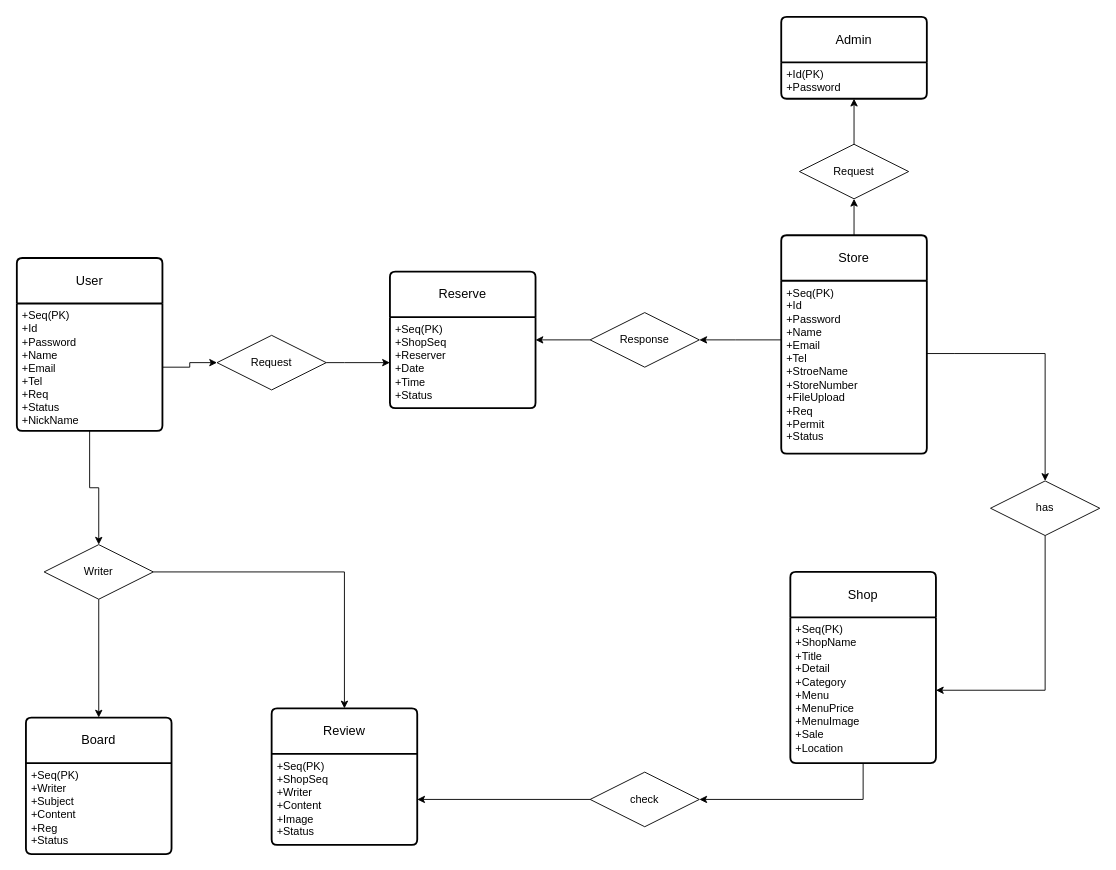
This is src/main/resources/제목 없는 다이어그램.drawio from KGreenby/myspringEX, a draw.io file, before an edit. Source tidied: cells renumbered, new cells numbered last; positions are measured from the earlier drawing's top-left corner, leaving out a move shared by most shapes. Both pictures are drawn from the tidied source at 91%, with x=0, y=0 at pixel (16, 16).
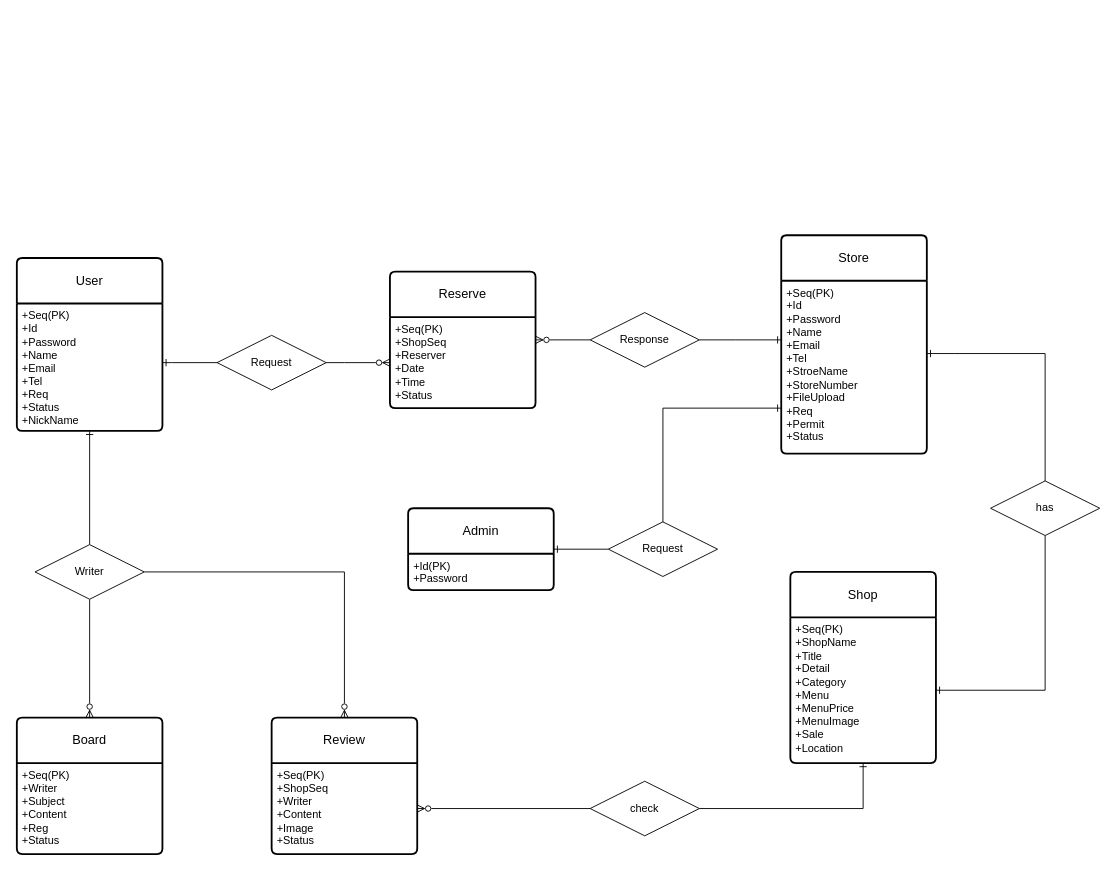
The same page after the edit.

Commit message:
제목 없는 다이어그램.drawio 업데이트

Unchanged cells that the change refers to:
```xml
<mxCell id="3" value="+Seq(PK)&lt;br&gt;+Id&lt;br&gt;+Password&lt;br&gt;+Name&lt;br&gt;+Email&lt;br&gt;+Tel&lt;br&gt;+Req&lt;br&gt;+Status&lt;br&gt;+NickName" style="align=left;strokeColor=none;fillColor=none;spacingLeft=4;fontSize=12;verticalAlign=top;html=1;" parent="2" vertex="1">
  <mxGeometry y="50" width="160" height="140" as="geometry" />
</mxCell>
<mxCell id="7" value="Store" style="swimlane;horizontal=1;startSize=50;rounded=1;fontSize=14;fontStyle=0;strokeWidth=2;shadow=0;dashed=0;align=center;arcSize=4;whiteSpace=wrap;html=1;" parent="1" vertex="1">
  <mxGeometry x="840" y="240" width="160" height="240" as="geometry" />
</mxCell>
<mxCell id="8" value="+Seq(PK)&lt;br&gt;+Id&lt;br&gt;+Password&lt;br&gt;+Name&lt;br&gt;+Email&lt;br&gt;+Tel&lt;br&gt;+StroeName&lt;br&gt;+StoreNumber&lt;br&gt;+FileUpload&lt;br&gt;+Req&lt;br&gt;+Permit&lt;br&gt;+Status" style="align=left;strokeColor=none;fillColor=none;spacingLeft=4;fontSize=12;verticalAlign=top;html=1;" parent="7" vertex="1">
  <mxGeometry y="50" width="160" height="190" as="geometry" />
</mxCell>
<mxCell id="10" value="+Seq(PK)&lt;br&gt;+ShopName&lt;br&gt;+Title&lt;br&gt;+Detail&lt;br&gt;+Category&lt;br&gt;+Menu&lt;br&gt;+MenuPrice&lt;br&gt;+MenuImage&lt;br&gt;+Sale&lt;br&gt;+Location" style="align=left;strokeColor=none;fillColor=none;spacingLeft=4;fontSize=12;verticalAlign=top;html=1;" parent="9" vertex="1">
  <mxGeometry y="50" width="160" height="160" as="geometry" />
</mxCell>
<mxCell id="12" value="+Seq(PK)&lt;br&gt;+ShopSeq&lt;br&gt;+Writer&lt;br&gt;+Content&lt;br&gt;+Image&lt;br&gt;+Status" style="align=left;strokeColor=none;fillColor=none;spacingLeft=4;fontSize=12;verticalAlign=top;html=1;" parent="11" vertex="1">
  <mxGeometry y="50" width="160" height="100" as="geometry" />
</mxCell>
<mxCell id="13" value="Reserve" style="swimlane;horizontal=1;startSize=50;rounded=1;fontSize=14;fontStyle=0;strokeWidth=2;shadow=0;dashed=0;align=center;arcSize=4;whiteSpace=wrap;html=1;" parent="1" vertex="1">
  <mxGeometry x="410" y="280" width="160" height="150" as="geometry" />
</mxCell>
<mxCell id="20" value="Request" style="shape=rhombus;perimeter=rhombusPerimeter;whiteSpace=wrap;html=1;align=center;" parent="1" vertex="1">
  <mxGeometry x="220" y="350" width="120" height="60" as="geometry" />
</mxCell>
<mxCell id="22" value="has" style="shape=rhombus;perimeter=rhombusPerimeter;whiteSpace=wrap;html=1;align=center;" parent="1" vertex="1">
  <mxGeometry x="1070" y="510" width="120" height="60" as="geometry" />
</mxCell>
<mxCell id="25" value="Response" style="shape=rhombus;perimeter=rhombusPerimeter;whiteSpace=wrap;html=1;align=center;" parent="1" vertex="1">
  <mxGeometry x="630" y="325" width="120" height="60" as="geometry" />
</mxCell>
```

The edit, as a diff of the source:
```diff
@@
     <mxCell id="4" value="Admin" style="swimlane;horizontal=1;startSize=50;rounded=1;fontSize=14;fontStyle=0;strokeWidth=2;shadow=0;dashed=0;align=center;arcSize=4;whiteSpace=wrap;html=1;" parent="1" vertex="1">
-      <mxGeometry x="840" width="160" height="90" as="geometry" />
+      <mxGeometry x="430" y="540" width="160" height="90" as="geometry" />
     </mxCell>
@@
-    <mxCell id="6" style="edgeStyle=orthogonalEdgeStyle;rounded=0;jettySize=auto;html=1;" parent="1" edge="1" source="31" target="4">
+    <mxCell id="6" style="edgeStyle=orthogonalEdgeStyle;rounded=0;jettySize=auto;html=1;endArrow=ERone;endFill=0;" parent="1" edge="1" source="31" target="4">
       <mxGeometry relative="1" as="geometry" />
     </mxCell>
@@
     <mxCell id="11" value="Review" style="swimlane;horizontal=1;startSize=50;rounded=1;fontSize=14;fontStyle=0;strokeWidth=2;shadow=0;dashed=0;align=center;arcSize=4;whiteSpace=wrap;html=1;" parent="1" vertex="1">
-      <mxGeometry x="280" y="760" width="160" height="150" as="geometry" />
+      <mxGeometry x="280" y="770" width="160" height="150" as="geometry" />
     </mxCell>
@@
     <mxCell id="15" value="Board" style="swimlane;horizontal=1;startSize=50;rounded=1;fontSize=14;fontStyle=0;strokeWidth=2;shadow=0;dashed=0;align=center;arcSize=4;whiteSpace=wrap;html=1;" parent="1" vertex="1">
-      <mxGeometry x="10" y="770" width="160" height="150" as="geometry" />
+      <mxGeometry y="770" width="160" height="150" as="geometry" />
     </mxCell>
@@
-    <mxCell id="17" style="edgeStyle=orthogonalEdgeStyle;rounded=0;jettySize=auto;html=1;" parent="1" edge="1" source="22" target="10">
+    <mxCell id="17" style="edgeStyle=orthogonalEdgeStyle;rounded=0;jettySize=auto;html=1;endArrow=ERone;endFill=0;" parent="1" edge="1" source="22" target="10">
       <mxGeometry relative="1" as="geometry">
         <Array as="points">
           <mxPoint x="1130" y="740" />
         </Array>
       </mxGeometry>
     </mxCell>
-    <mxCell id="18" style="edgeStyle=orthogonalEdgeStyle;rounded=0;jettySize=auto;html=1;" parent="1" edge="1" source="20" target="13">
+    <mxCell id="18" style="edgeStyle=orthogonalEdgeStyle;rounded=0;jettySize=auto;html=1;endArrow=ERzeroToMany;endFill=0;" parent="1" edge="1" source="20" target="13">
       <mxGeometry relative="1" as="geometry">
         <Array as="points">
           <mxPoint x="360" y="380" />
           <mxPoint x="360" y="380" />
         </Array>
       </mxGeometry>
     </mxCell>
-    <mxCell id="19" style="edgeStyle=orthogonalEdgeStyle;rounded=0;jettySize=auto;html=1;" parent="1" edge="1" source="3" target="20">
-      <mxGeometry relative="1" as="geometry" />
+    <mxCell id="19" style="edgeStyle=orthogonalEdgeStyle;rounded=0;jettySize=auto;html=1;startArrow=ERone;startFill=0;endArrow=none;endFill=0;" parent="1" edge="1" source="3" target="20">
+      <mxGeometry relative="1" as="geometry">
+        <Array as="points">
+          <mxPoint x="170" y="380" />
+          <mxPoint x="170" y="380" />
+        </Array>
+      </mxGeometry>
     </mxCell>
@@
-    <mxCell id="21" style="edgeStyle=orthogonalEdgeStyle;rounded=0;jettySize=auto;html=1;" parent="1" edge="1" source="8" target="22">
+    <mxCell id="21" style="edgeStyle=orthogonalEdgeStyle;rounded=0;jettySize=auto;html=1;startArrow=ERone;startFill=0;endArrow=none;endFill=0;" parent="1" edge="1" source="8" target="22">
       <mxGeometry relative="1" as="geometry">
         <Array as="points">
           <mxPoint x="1030" y="370" />
           <mxPoint x="1030" y="370" />
         </Array>
       </mxGeometry>
     </mxCell>
@@
-    <mxCell id="23" style="edgeStyle=orthogonalEdgeStyle;rounded=0;jettySize=auto;html=1;" parent="1" edge="1" source="25" target="13">
+    <mxCell id="23" style="edgeStyle=orthogonalEdgeStyle;rounded=0;jettySize=auto;html=1;endArrow=ERzeroToMany;endFill=0;" parent="1" edge="1" source="25" target="13">
       <mxGeometry relative="1" as="geometry" />
     </mxCell>
-    <mxCell id="24" style="edgeStyle=orthogonalEdgeStyle;rounded=0;jettySize=auto;html=1;" parent="1" edge="1" source="8" target="25">
+    <mxCell id="24" style="edgeStyle=orthogonalEdgeStyle;rounded=0;jettySize=auto;html=1;startArrow=ERone;startFill=0;endArrow=none;endFill=0;" parent="1" edge="1" source="8" target="25">
       <mxGeometry relative="1" as="geometry">
         <Array as="points">
           <mxPoint x="790" y="355" />
           <mxPoint x="790" y="355" />
         </Array>
       </mxGeometry>
     </mxCell>
@@
-    <mxCell id="26" style="edgeStyle=orthogonalEdgeStyle;rounded=0;jettySize=auto;html=1;" parent="1" edge="1" source="34" target="11">
+    <mxCell id="26" style="edgeStyle=orthogonalEdgeStyle;rounded=0;jettySize=auto;html=1;endArrow=ERzeroToMany;endFill=0;" parent="1" edge="1" source="34" target="11">
       <mxGeometry relative="1" as="geometry" />
     </mxCell>
-    <mxCell id="27" style="edgeStyle=orthogonalEdgeStyle;rounded=0;jettySize=auto;html=1;" parent="1" edge="1" source="10" target="29">
-      <mxGeometry relative="1" as="geometry">
-        <Array as="points">
-          <mxPoint x="930" y="860" />
-        </Array>
-      </mxGeometry>
-    </mxCell>
-    <mxCell id="28" style="edgeStyle=orthogonalEdgeStyle;rounded=0;jettySize=auto;html=1;" parent="1" edge="1" source="29" target="12">
+    <mxCell id="28" style="edgeStyle=orthogonalEdgeStyle;rounded=0;jettySize=auto;html=1;endArrow=ERzeroToMany;endFill=0;" parent="1" edge="1" source="29" target="12">
       <mxGeometry relative="1" as="geometry" />
     </mxCell>
     <mxCell id="29" value="check" style="shape=rhombus;perimeter=rhombusPerimeter;whiteSpace=wrap;html=1;align=center;" parent="1" vertex="1">
-      <mxGeometry x="630" y="830" width="120" height="60" as="geometry" />
+      <mxGeometry x="630" y="840" width="120" height="60" as="geometry" />
     </mxCell>
-    <mxCell id="30" style="edgeStyle=orthogonalEdgeStyle;rounded=0;jettySize=auto;html=1;" parent="1" edge="1" source="7" target="31">
-      <mxGeometry relative="1" as="geometry" />
+    <mxCell id="30" style="edgeStyle=orthogonalEdgeStyle;rounded=0;jettySize=auto;html=1;startArrow=ERone;startFill=0;endArrow=none;endFill=0;" parent="1" edge="1" source="7" target="31">
+      <mxGeometry relative="1" as="geometry">
+        <Array as="points">
+          <mxPoint x="710" y="430" />
+        </Array>
+      </mxGeometry>
     </mxCell>
     <mxCell id="31" value="Request" style="shape=rhombus;perimeter=rhombusPerimeter;whiteSpace=wrap;html=1;align=center;" parent="1" vertex="1">
-      <mxGeometry x="860" y="140" width="120" height="60" as="geometry" />
+      <mxGeometry x="650" y="555" width="120" height="60" as="geometry" />
     </mxCell>
-    <mxCell id="32" style="edgeStyle=orthogonalEdgeStyle;rounded=0;jettySize=auto;html=1;" parent="1" edge="1" source="34" target="15">
+    <mxCell id="32" style="edgeStyle=orthogonalEdgeStyle;rounded=0;jettySize=auto;html=1;endArrow=ERzeroToMany;endFill=0;" parent="1" edge="1" source="34" target="15">
       <mxGeometry relative="1" as="geometry" />
     </mxCell>
-    <mxCell id="33" style="edgeStyle=orthogonalEdgeStyle;rounded=0;jettySize=auto;html=1;" parent="1" edge="1" source="3" target="34">
+    <mxCell id="33" style="edgeStyle=orthogonalEdgeStyle;rounded=0;jettySize=auto;html=1;endArrow=none;endFill=0;startArrow=ERone;startFill=0;" parent="1" edge="1" source="3" target="34">
       <mxGeometry relative="1" as="geometry" />
     </mxCell>
     <mxCell id="34" value="Writer" style="shape=rhombus;perimeter=rhombusPerimeter;whiteSpace=wrap;html=1;align=center;" parent="1" vertex="1">
-      <mxGeometry x="30" y="580" width="120" height="60" as="geometry" />
+      <mxGeometry x="20" y="580" width="120" height="60" as="geometry" />
     </mxCell>
+    <mxCell id="27" style="edgeStyle=orthogonalEdgeStyle;rounded=0;jettySize=auto;html=1;startArrow=ERone;startFill=0;endArrow=none;endFill=0;" parent="1" edge="1" source="10" target="29">
+      <mxGeometry relative="1" as="geometry">
+        <Array as="points">
+          <mxPoint x="930" y="870" />
+        </Array>
+      </mxGeometry>
+    </mxCell>
```
